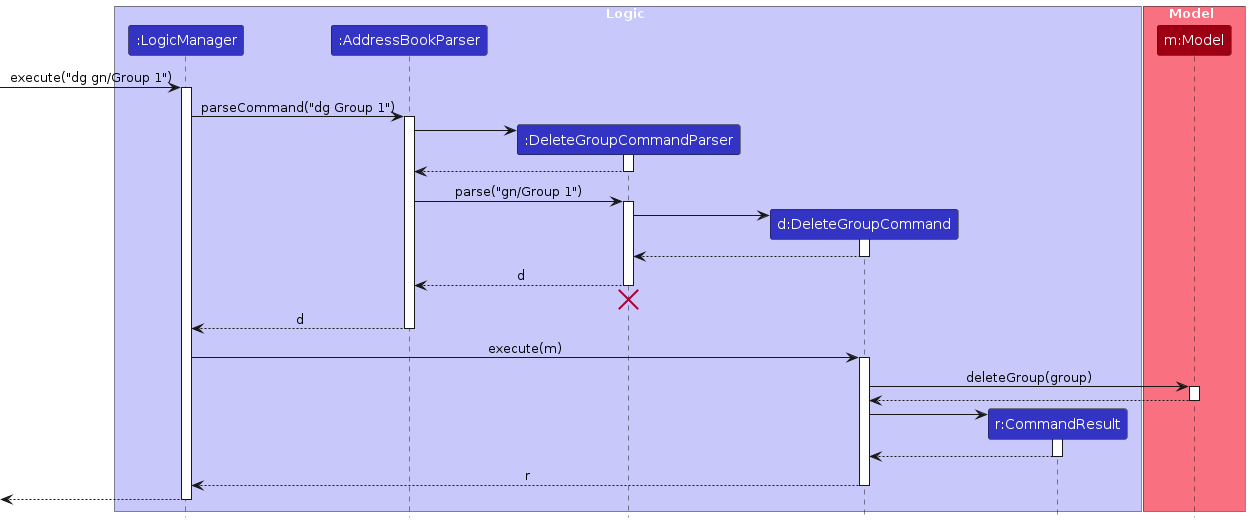
Before: diagrams/DeleteGroupSequenceDiagram.png, a diagram exported from PlantUML (AY2425S1-CS2103-F12-2/tp). Its source is kept beside it as diagrams/DeleteGroupSequenceDiagram.puml. Source of this version:
```plantuml
@startuml
!include style.puml
skinparam ArrowFontStyle plain

box Logic LOGIC_COLOR_T1
participant ":LogicManager" as LogicManager LOGIC_COLOR
participant ":AddressBookParser" as AddressBookParser LOGIC_COLOR
participant ":DeleteGroupCommandParser" as DeleteGroupCommandParser LOGIC_COLOR
participant "d:DeleteGroupCommand" as DeleteGroupCommand LOGIC_COLOR
participant "r:CommandResult" as CommandResult LOGIC_COLOR
end box

box Model MODEL_COLOR_T1
participant "m:Model" as Model MODEL_COLOR
end box

[-> LogicManager : execute("dg gn/Group 1")
activate LogicManager

LogicManager -> AddressBookParser : parseCommand("dg Group 1")
activate AddressBookParser

create DeleteGroupCommandParser
AddressBookParser -> DeleteGroupCommandParser
activate DeleteGroupCommandParser

DeleteGroupCommandParser --> AddressBookParser
deactivate DeleteGroupCommandParser

AddressBookParser -> DeleteGroupCommandParser : parse("gn/Group 1")
activate DeleteGroupCommandParser

create DeleteGroupCommand
DeleteGroupCommandParser -> DeleteGroupCommand
activate DeleteGroupCommand

DeleteGroupCommand --> DeleteGroupCommandParser :
deactivate DeleteGroupCommand

DeleteGroupCommandParser --> AddressBookParser : d
deactivate DeleteGroupCommandParser
DeleteGroupCommandParser -[hidden]-> AddressBookParser
destroy DeleteGroupCommandParser

AddressBookParser --> LogicManager : d
deactivate AddressBookParser

LogicManager -> DeleteGroupCommand : execute(m)
activate DeleteGroupCommand

DeleteGroupCommand -> Model : deleteGroup(group)
activate Model

Model --> DeleteGroupCommand
deactivate Model

create CommandResult
DeleteGroupCommand -> CommandResult
activate CommandResult

CommandResult --> DeleteGroupCommand
deactivate CommandResult

DeleteGroupCommand --> LogicManager : r
deactivate DeleteGroupCommand

[<--LogicManager
deactivate LogicManager
@enduml
```
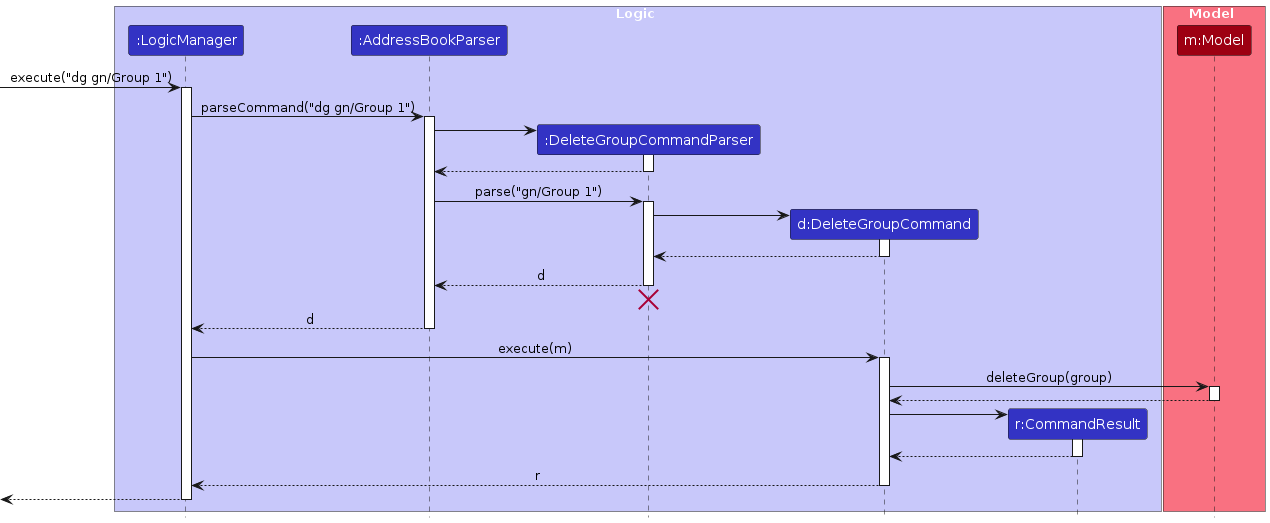
Above is the later version.

What changed in the source:
```diff
@@ -17,7 +17,7 @@
 [-> LogicManager : execute("dg gn/Group 1")
 activate LogicManager
 
-LogicManager -> AddressBookParser : parseCommand("dg Group 1")
+LogicManager -> AddressBookParser : parseCommand("dg gn/Group 1")
 activate AddressBookParser
 
 create DeleteGroupCommandParser
```
